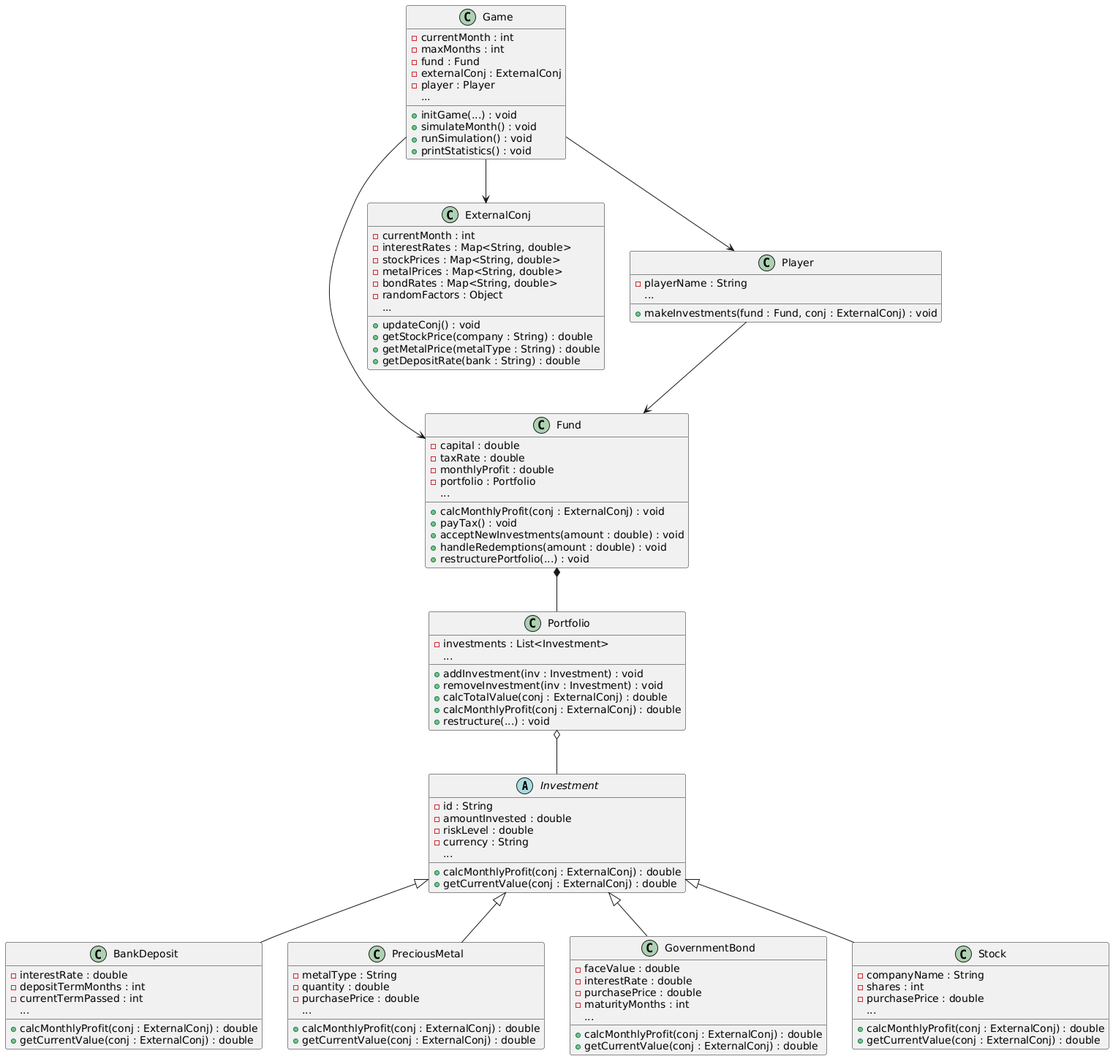
Earlier version of the PlantUML export classes_diagram/diagram.png (andrrrei/practice_8_OOP). Source of this version:
```plantuml
@startuml
abstract class Investment {
    - id : String
    - amountInvested : double
    - riskLevel : double
    - currency : String
    ...
    + calcMonthlyProfit(conj : ExternalConj) : double
    + getCurrentValue(conj : ExternalConj) : double
}

class BankDeposit {
    - interestRate : double
    - depositTermMonths : int
    - currentTermPassed : int
    ...
    + calcMonthlyProfit(conj : ExternalConj) : double
    + getCurrentValue(conj : ExternalConj) : double
}

class PreciousMetal {
    - metalType : String
    - quantity : double
    - purchasePrice : double
    ...
    + calcMonthlyProfit(conj : ExternalConj) : double
    + getCurrentValue(conj : ExternalConj) : double
}

class GovernmentBond {
    - faceValue : double
    - interestRate : double
    - purchasePrice : double
    - maturityMonths : int
    ...
    + calcMonthlyProfit(conj : ExternalConj) : double
    + getCurrentValue(conj : ExternalConj) : double
}

class Stock {
    - companyName : String
    - shares : int
    - purchasePrice : double
    ...
    + calcMonthlyProfit(conj : ExternalConj) : double
    + getCurrentValue(conj : ExternalConj) : double
}

class Portfolio {
    - investments : List<Investment>
    ...
    + addInvestment(inv : Investment) : void
    + removeInvestment(inv : Investment) : void
    + calcTotalValue(conj : ExternalConj) : double
    + calcMonthlyProfit(conj : ExternalConj) : double
    + restructure(...) : void
}

class Fund {
    - capital : double
    - taxRate : double
    - monthlyProfit : double
    - portfolio : Portfolio
    ...
    + calcMonthlyProfit(conj : ExternalConj) : void
    + payTax() : void
    + acceptNewInvestments(amount : double) : void
    + handleRedemptions(amount : double) : void
    + restructurePortfolio(...) : void
}

class ExternalConj {
    - currentMonth : int
    - interestRates : Map<String, double>
    - stockPrices : Map<String, double>
    - metalPrices : Map<String, double>
    - bondRates : Map<String, double>
    - randomFactors : Object
    ...
    + updateConj() : void
    + getStockPrice(company : String) : double
    + getMetalPrice(metalType : String) : double
    + getDepositRate(bank : String) : double
}

class Player {
    - playerName : String
    ...
    + makeInvestments(fund : Fund, conj : ExternalConj) : void
}

class Game {
    - currentMonth : int
    - maxMonths : int
    - fund : Fund
    - externalConj : ExternalConj
    - player : Player
    ...
    + initGame(...) : void
    + simulateMonth() : void
    + runSimulation() : void
    + printStatistics() : void
}



Investment <|-- BankDeposit
Investment <|-- PreciousMetal
Investment <|-- GovernmentBond
Investment <|-- Stock


Portfolio o-- Investment

Fund *-- Portfolio

Game --> Fund
Game --> ExternalConj
Game --> Player

Player --> Fund
@enduml
```
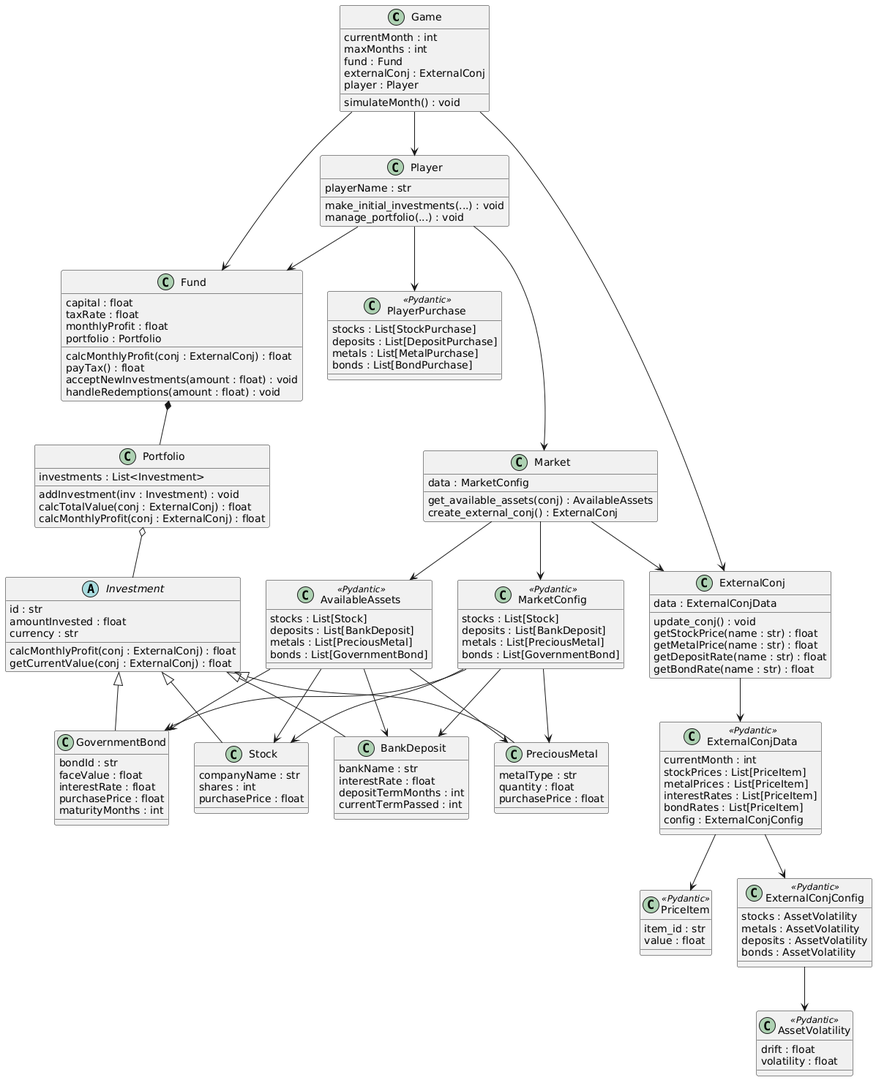
Above is the later version.

Commit message:
Update classes diagram, add some new pydantic models

What changed in the source:
```diff
@@ -1,122 +1,169 @@
 @startuml
+skinparam classAttributeIconSize 0
+
+class Game {
+    currentMonth : int
+    maxMonths : int
+    fund : Fund
+    externalConj : ExternalConj
+    player : Player
+    simulateMonth() : void
+}
+
+class Player {
+    playerName : str
+    make_initial_investments(...) : void
+    manage_portfolio(...) : void
+}
+
+class Fund {
+    capital : float
+    taxRate : float
+    monthlyProfit : float
+    portfolio : Portfolio
+    calcMonthlyProfit(conj : ExternalConj) : float
+    payTax() : float
+    acceptNewInvestments(amount : float) : void
+    handleRedemptions(amount : float) : void
+}
+
+class Portfolio {
+    investments : List<Investment>
+    addInvestment(inv : Investment) : void
+    calcTotalValue(conj : ExternalConj) : float
+    calcMonthlyProfit(conj : ExternalConj) : float
+}
+
+
 abstract class Investment {
-    - id : String
-    - amountInvested : double
-    - riskLevel : double
-    - currency : String
-    ...
-    + calcMonthlyProfit(conj : ExternalConj) : double
-    + getCurrentValue(conj : ExternalConj) : double
+    id : str
+    amountInvested : float
+    currency : str
+    calcMonthlyProfit(conj : ExternalConj) : float
+    getCurrentValue(conj : ExternalConj) : float
+}
+
+class Stock {
+    companyName : str
+    shares : int
+    purchasePrice : float
 }
 
 class BankDeposit {
-    - interestRate : double
-    - depositTermMonths : int
-    - currentTermPassed : int
-    ...
-    + calcMonthlyProfit(conj : ExternalConj) : double
-    + getCurrentValue(conj : ExternalConj) : double
+    bankName : str
+    interestRate : float
+    depositTermMonths : int
+    currentTermPassed : int
 }
 
 class PreciousMetal {
-    - metalType : String
-    - quantity : double
-    - purchasePrice : double
-    ...
-    + calcMonthlyProfit(conj : ExternalConj) : double
-    + getCurrentValue(conj : ExternalConj) : double
+    metalType : str
+    quantity : float
+    purchasePrice : float
 }
 
 class GovernmentBond {
-    - faceValue : double
-    - interestRate : double
-    - purchasePrice : double
-    - maturityMonths : int
-    ...
-    + calcMonthlyProfit(conj : ExternalConj) : double
-    + getCurrentValue(conj : ExternalConj) : double
+    bondId : str
+    faceValue : float
+    interestRate : float
+    purchasePrice : float
+    maturityMonths : int
 }
 
-class Stock {
-    - companyName : String
-    - shares : int
-    - purchasePrice : double
-    ...
-    + calcMonthlyProfit(conj : ExternalConj) : double
-    + getCurrentValue(conj : ExternalConj) : double
-}
+Investment <|-- Stock
+Investment <|-- BankDeposit
+Investment <|-- PreciousMetal
+Investment <|-- GovernmentBond
 
-class Portfolio {
-    - investments : List<Investment>
-    ...
-    + addInvestment(inv : Investment) : void
-    + removeInvestment(inv : Investment) : void
-    + calcTotalValue(conj : ExternalConj) : double
-    + calcMonthlyProfit(conj : ExternalConj) : double
-    + restructure(...) : void
-}
-
-class Fund {
-    - capital : double
-    - taxRate : double
-    - monthlyProfit : double
-    - portfolio : Portfolio
-    ...
-    + calcMonthlyProfit(conj : ExternalConj) : void
-    + payTax() : void
-    + acceptNewInvestments(amount : double) : void
-    + handleRedemptions(amount : double) : void
-    + restructurePortfolio(...) : void
-}
-
-class ExternalConj {
-    - currentMonth : int
-    - interestRates : Map<String, double>
-    - stockPrices : Map<String, double>
-    - metalPrices : Map<String, double>
-    - bondRates : Map<String, double>
-    - randomFactors : Object
-    ...
-    + updateConj() : void
-    + getStockPrice(company : String) : double
-    + getMetalPrice(metalType : String) : double
-    + getDepositRate(bank : String) : double
-}
-
-class Player {
-    - playerName : String
-    ...
-    + makeInvestments(fund : Fund, conj : ExternalConj) : void
-}
-
-class Game {
-    - currentMonth : int
-    - maxMonths : int
-    - fund : Fund
-    - externalConj : ExternalConj
-    - player : Player
-    ...
-    + initGame(...) : void
-    + simulateMonth() : void
-    + runSimulation() : void
-    + printStatistics() : void
-}
+Portfolio o-- Investment
+Fund *-- Portfolio
+Game --> Fund
+Game --> ExternalConj
+Game --> Player
+Player --> Fund
+Player --> Market
 
 
 
-Investment <|-- BankDeposit
-Investment <|-- PreciousMetal
-Investment <|-- GovernmentBond
-Investment <|-- Stock
+class ExternalConj {
+    data : ExternalConjData
+    update_conj() : void
+    getStockPrice(name : str) : float
+    getMetalPrice(name : str) : float
+    getDepositRate(name : str) : float
+    getBondRate(name : str) : float
+}
+
+class ExternalConjData <<Pydantic>> {
+    currentMonth : int
+    stockPrices : List[PriceItem]
+    metalPrices : List[PriceItem]
+    interestRates : List[PriceItem]
+    bondRates : List[PriceItem]
+    config : ExternalConjConfig
+}
+
+class PriceItem <<Pydantic>> {
+    item_id : str
+    value : float
+}
+
+class ExternalConjConfig <<Pydantic>> {
+    stocks : AssetVolatility
+    metals : AssetVolatility
+    deposits : AssetVolatility
+    bonds : AssetVolatility
+}
+
+class AssetVolatility <<Pydantic>> {
+    drift : float
+    volatility : float
+}
+
+ExternalConj --> ExternalConjData
+ExternalConjData --> ExternalConjConfig
+ExternalConjData --> PriceItem
+ExternalConjConfig --> AssetVolatility
 
 
-Portfolio o-- Investment
+class Market {
+    data : MarketConfig
+    get_available_assets(conj) : AvailableAssets
+    create_external_conj() : ExternalConj
+}
 
-Fund *-- Portfolio
+class MarketConfig <<Pydantic>> {
+    stocks : List[Stock]
+    deposits : List[BankDeposit]
+    metals : List[PreciousMetal]
+    bonds : List[GovernmentBond]
+}
 
-Game --> Fund
-Game --> ExternalConj
-Game --> Player
+class AvailableAssets <<Pydantic>> {
+    stocks : List[Stock]
+    deposits : List[BankDeposit]
+    metals : List[PreciousMetal]
+    bonds : List[GovernmentBond]
+}
 
-Player --> Fund
+Market --> MarketConfig
+Market --> AvailableAssets
+Market --> ExternalConj
+MarketConfig --> Stock
+MarketConfig --> BankDeposit
+MarketConfig --> PreciousMetal
+MarketConfig --> GovernmentBond
+AvailableAssets --> Stock
+AvailableAssets --> BankDeposit
+AvailableAssets --> PreciousMetal
+AvailableAssets --> GovernmentBond
+
+class PlayerPurchase <<Pydantic>> {
+    stocks : List[StockPurchase]
+    deposits : List[DepositPurchase]
+    metals : List[MetalPurchase]
+    bonds : List[BondPurchase]
+}
+
+Player --> PlayerPurchase
 @enduml
```
